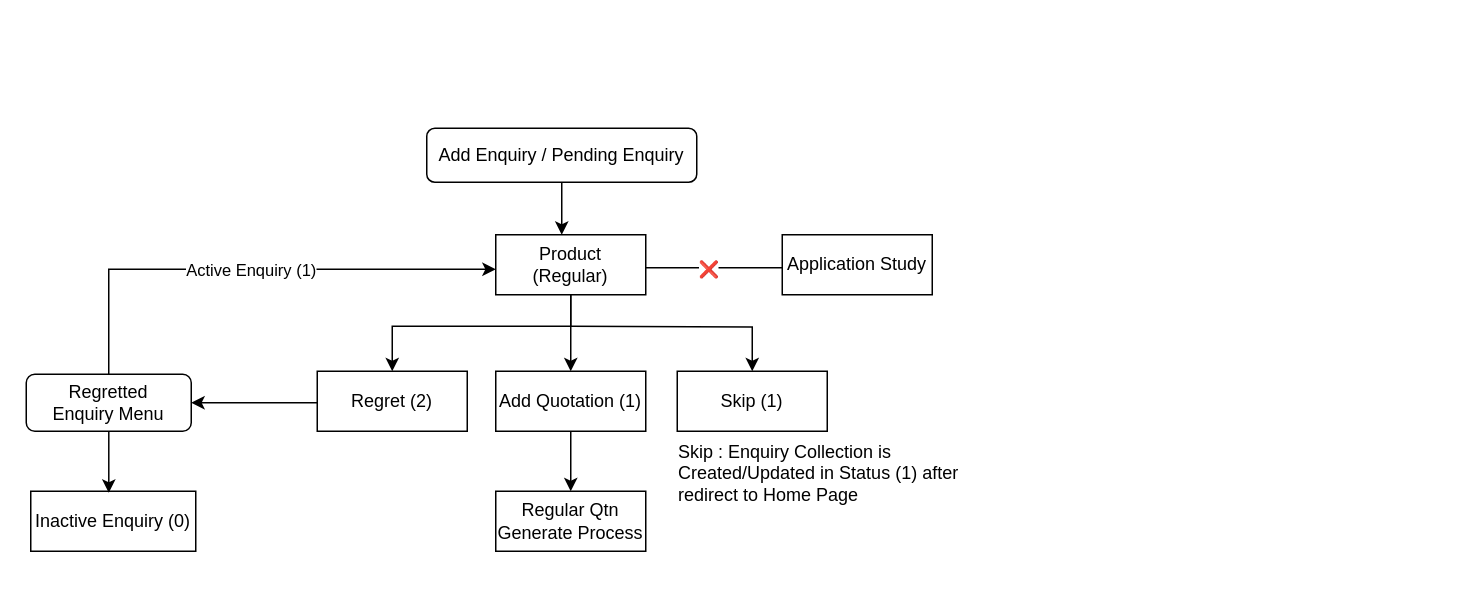
Before: page "Add Enquiry / Pending Enquiry" (9 of 9) of ERP_FLOW.drawio in Sathyapriya30/MERN_CRUD_BACKEND, a draw.io diagram. Source tidied: cells renumbered, new cells numbered last; positions are measured from the earlier drawing's top-left corner, leaving out a move shared by most shapes. Both pictures are drawn from the tidied source at 150%, with x=0, y=0 at pixel (26, 128).
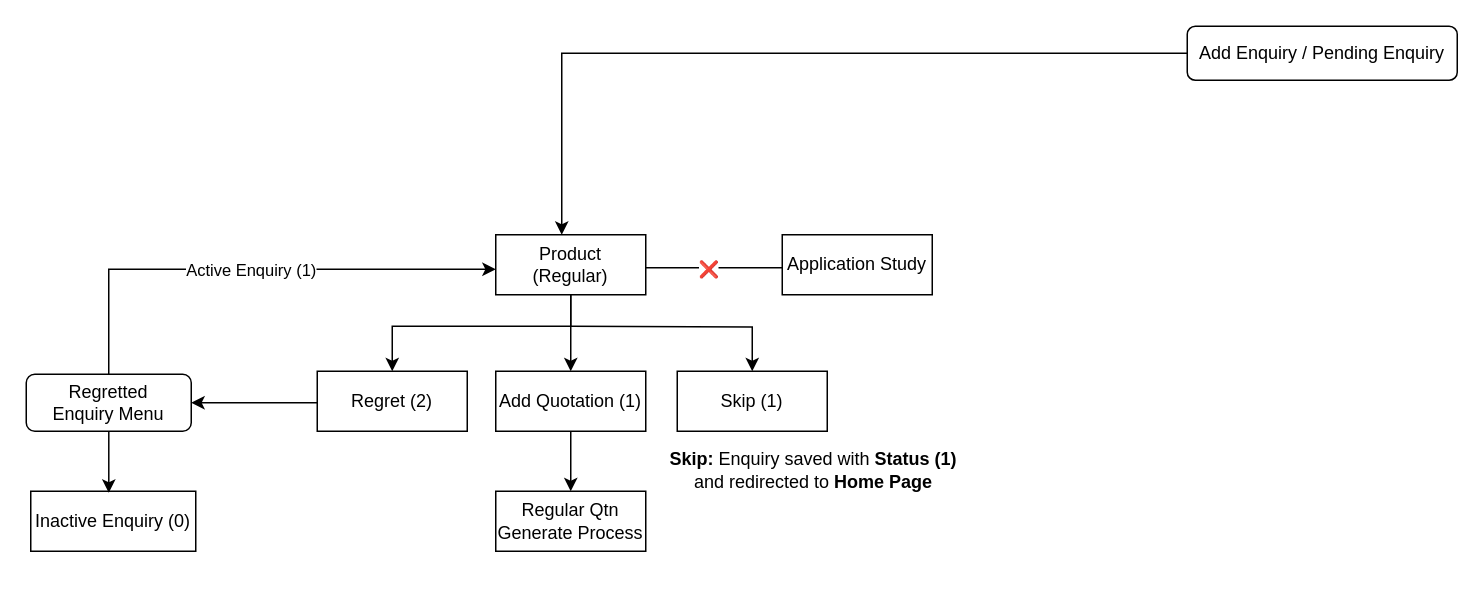
The same page after the edit.

The edit, as a diff of the source:
```diff
@@
     <mxCell id="2" value="Add Enquiry / Pending Enquiry" style="rounded=1;whiteSpace=wrap;html=1;" parent="1" vertex="1">
-      <mxGeometry x="267" width="180" height="36" as="geometry" />
+      <mxGeometry x="774" y="-68" width="180" height="36" as="geometry" />
     </mxCell>
@@
-    <mxCell id="22" value="&lt;br&gt;&lt;div&gt;&lt;div align=&quot;left&quot;&gt;&lt;br&gt;&lt;div&gt;Skip : Enquiry Collection is Created/Updated in Status (1) after redirect to Home Page&lt;/div&gt;&lt;div&gt;&lt;br&gt;&lt;/div&gt;&lt;/div&gt;&lt;div&gt;&lt;br&gt;&lt;br&gt;&lt;/div&gt;&lt;/div&gt;" style="text;html=1;whiteSpace=wrap;strokeColor=none;fillColor=none;align=center;verticalAlign=middle;rounded=0;" parent="1" vertex="1">
-      <mxGeometry x="434" y="222" width="210" height="30" as="geometry" />
+    <mxCell id="22" value="&lt;strong&gt;Skip:&lt;/strong&gt; Enquiry saved with &lt;strong&gt;Status (1)&lt;/strong&gt; and redirected to &lt;strong&gt;Home Page&lt;/strong&gt;" style="text;html=1;whiteSpace=wrap;strokeColor=none;fillColor=none;align=center;verticalAlign=middle;rounded=0;" parent="1" vertex="1">
+      <mxGeometry x="426" y="213" width="198" height="30" as="geometry" />
     </mxCell>
```
